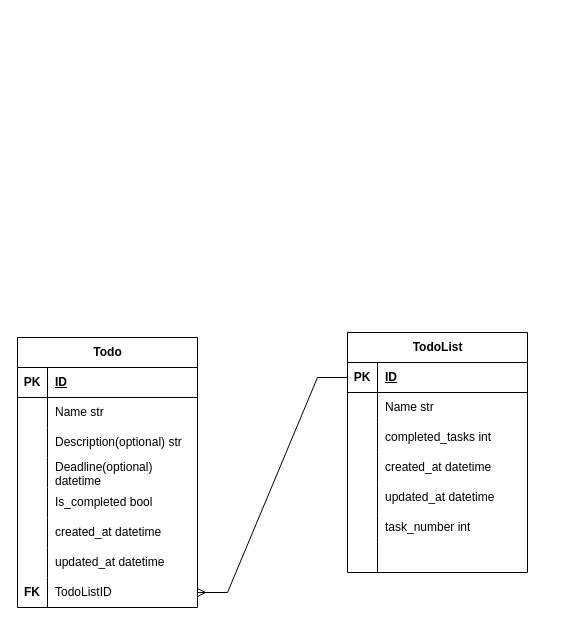
Above: Todo_list_app.drawio in lexynovicecoder/Todo_list_app (draw.io), before the change. Source tidied: cells renumbered, new cells numbered last; positions are measured from the earlier drawing's top-left corner, leaving out a move shared by most shapes. Both pictures are drawn from the tidied source at 100%, with x=0, y=0 at pixel (17, 332).
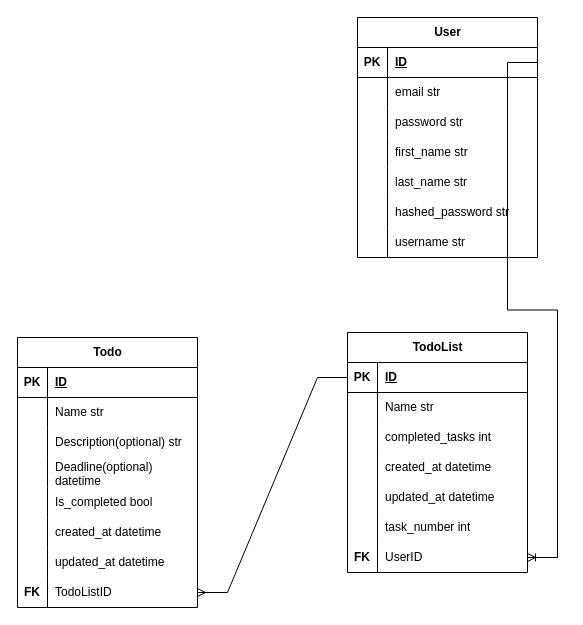
The same page after the edit.

Commit message (it also covers changes not shown here):
separated logic of user authentication into services file and routers in another file

The change refers to these unchanged cells:
```xml
<mxCell id="46" style="shape=tableRow;horizontal=0;startSize=0;swimlaneHead=0;swimlaneBody=0;fillColor=none;points=[[0,0.5],[1,0.5]];portConstraint=eastwest;top=0;left=0;right=0;bottom=0;" parent="27" vertex="1">
  <mxGeometry y="210" width="180" height="30" as="geometry" />
</mxCell>
```

Diff of the diagram source:
```diff
@@
-    <mxCell id="47" style="shape=partialRectangle;fillColor=none;top=0;left=0;bottom=0;right=0;overflow=hidden;whiteSpace=wrap;html=1;" parent="46" vertex="1">
+    <mxCell id="47" value="&lt;b&gt;FK&lt;/b&gt;" style="shape=partialRectangle;fillColor=none;top=0;left=0;bottom=0;right=0;overflow=hidden;whiteSpace=wrap;html=1;" parent="46" vertex="1">
       <mxGeometry width="30" height="30" as="geometry" />
     </mxCell>
-    <mxCell id="48" style="shape=partialRectangle;fillColor=none;top=0;left=0;bottom=0;right=0;align=left;spacingLeft=6;overflow=hidden;whiteSpace=wrap;html=1;" parent="46" vertex="1">
+    <mxCell id="48" value="UserID" style="shape=partialRectangle;fillColor=none;top=0;left=0;bottom=0;right=0;align=left;spacingLeft=6;overflow=hidden;whiteSpace=wrap;html=1;" parent="46" vertex="1">
       <mxGeometry x="30" width="150" height="30" as="geometry" />
     </mxCell>
@@
+    <mxCell id="50" value="User" style="shape=table;startSize=30;childLayout=tableLayout;rowLines=0;fontStyle=1;align=center;html=1;" parent="1" vertex="1">
+      <mxGeometry x="340" y="-315" width="180" height="240" as="geometry" />
+    </mxCell>
+    <mxCell id="51" style="shape=tableRow;horizontal=0;startSize=0;swimlaneHead=0;swimlaneBody=0;fillColor=none;points=[[0,0.5],[1,0.5]];portConstraint=eastwest;top=0;left=0;right=0;bottom=1;" parent="50" vertex="1">
+      <mxGeometry y="30" width="180" height="30" as="geometry" />
+    </mxCell>
+    <mxCell id="52" value="PK" style="shape=partialRectangle;fillColor=none;top=0;left=0;bottom=0;right=0;fontStyle=1;overflow=hidden;whiteSpace=wrap;html=1;" parent="51" vertex="1">
+      <mxGeometry width="30" height="30" as="geometry" />
+    </mxCell>
+    <mxCell id="53" value="ID" style="shape=partialRectangle;fillColor=none;top=0;left=0;bottom=0;right=0;align=left;spacingLeft=6;fontStyle=5;overflow=hidden;whiteSpace=wrap;html=1;" parent="51" vertex="1">
+      <mxGeometry x="30" width="150" height="30" as="geometry" />
+    </mxCell>
+    <mxCell id="54" style="shape=tableRow;horizontal=0;startSize=0;swimlaneHead=0;swimlaneBody=0;fillColor=none;top=0;left=0;right=0;bottom=0;" parent="50" vertex="1">
+      <mxGeometry y="60" width="180" height="30" as="geometry" />
+    </mxCell>
+    <mxCell id="55" style="shape=partialRectangle;fillColor=none;top=0;left=0;bottom=0;right=0;overflow=hidden;whiteSpace=wrap;html=1;" parent="54" vertex="1">
+      <mxGeometry width="30" height="30" as="geometry" />
+    </mxCell>
+    <mxCell id="56" value="email str" style="shape=partialRectangle;fillColor=none;top=0;left=0;bottom=0;right=0;align=left;spacingLeft=6;overflow=hidden;whiteSpace=wrap;html=1;" parent="54" vertex="1">
+      <mxGeometry x="30" width="150" height="30" as="geometry" />
+    </mxCell>
+    <mxCell id="57" style="shape=tableRow;horizontal=0;startSize=0;swimlaneHead=0;swimlaneBody=0;fillColor=none;top=0;left=0;right=0;bottom=0;" parent="50" vertex="1">
+      <mxGeometry y="90" width="180" height="30" as="geometry" />
+    </mxCell>
+    <mxCell id="58" style="shape=partialRectangle;fillColor=none;top=0;left=0;bottom=0;right=0;overflow=hidden;whiteSpace=wrap;html=1;" parent="57" vertex="1">
+      <mxGeometry width="30" height="30" as="geometry" />
+    </mxCell>
+    <mxCell id="59" value="password str" style="shape=partialRectangle;fillColor=none;top=0;left=0;bottom=0;right=0;align=left;spacingLeft=6;overflow=hidden;whiteSpace=wrap;html=1;" parent="57" vertex="1">
+      <mxGeometry x="30" width="150" height="30" as="geometry" />
+    </mxCell>
+    <mxCell id="60" style="shape=tableRow;horizontal=0;startSize=0;swimlaneHead=0;swimlaneBody=0;fillColor=none;top=0;left=0;right=0;bottom=0;" parent="50" vertex="1">
+      <mxGeometry y="120" width="180" height="30" as="geometry" />
+    </mxCell>
+    <mxCell id="61" style="shape=partialRectangle;fillColor=none;top=0;left=0;bottom=0;right=0;overflow=hidden;whiteSpace=wrap;html=1;" parent="60" vertex="1">
+      <mxGeometry width="30" height="30" as="geometry" />
+    </mxCell>
+    <mxCell id="62" value="first_name str" style="shape=partialRectangle;fillColor=none;top=0;left=0;bottom=0;right=0;align=left;spacingLeft=6;overflow=hidden;whiteSpace=wrap;html=1;" parent="60" vertex="1">
+      <mxGeometry x="30" width="150" height="30" as="geometry" />
+    </mxCell>
+    <mxCell id="63" style="shape=tableRow;horizontal=0;startSize=0;swimlaneHead=0;swimlaneBody=0;fillColor=none;top=0;left=0;right=0;bottom=0;" parent="50" vertex="1">
+      <mxGeometry y="150" width="180" height="30" as="geometry" />
+    </mxCell>
+    <mxCell id="64" style="shape=partialRectangle;fillColor=none;top=0;left=0;bottom=0;right=0;overflow=hidden;whiteSpace=wrap;html=1;" parent="63" vertex="1">
+      <mxGeometry width="30" height="30" as="geometry" />
+    </mxCell>
+    <mxCell id="65" value="last_name str" style="shape=partialRectangle;fillColor=none;top=0;left=0;bottom=0;right=0;align=left;spacingLeft=6;overflow=hidden;whiteSpace=wrap;html=1;" parent="63" vertex="1">
+      <mxGeometry x="30" width="150" height="30" as="geometry" />
+    </mxCell>
+    <mxCell id="66" style="shape=tableRow;horizontal=0;startSize=0;swimlaneHead=0;swimlaneBody=0;fillColor=none;top=0;left=0;right=0;bottom=0;" parent="50" vertex="1">
+      <mxGeometry y="180" width="180" height="30" as="geometry" />
+    </mxCell>
+    <mxCell id="67" style="shape=partialRectangle;fillColor=none;top=0;left=0;bottom=0;right=0;overflow=hidden;whiteSpace=wrap;html=1;" parent="66" vertex="1">
+      <mxGeometry width="30" height="30" as="geometry" />
+    </mxCell>
+    <mxCell id="68" value="hashed_password str" style="shape=partialRectangle;fillColor=none;top=0;left=0;bottom=0;right=0;align=left;spacingLeft=6;overflow=hidden;whiteSpace=wrap;html=1;" parent="66" vertex="1">
+      <mxGeometry x="30" width="150" height="30" as="geometry" />
+    </mxCell>
+    <mxCell id="69" style="shape=tableRow;horizontal=0;startSize=0;swimlaneHead=0;swimlaneBody=0;fillColor=none;top=0;left=0;right=0;bottom=0;" parent="50" vertex="1">
+      <mxGeometry y="210" width="180" height="30" as="geometry" />
+    </mxCell>
+    <mxCell id="70" style="shape=partialRectangle;fillColor=none;top=0;left=0;bottom=0;right=0;overflow=hidden;whiteSpace=wrap;html=1;" parent="69" vertex="1">
+      <mxGeometry width="30" height="30" as="geometry" />
+    </mxCell>
+    <mxCell id="71" value="username str" style="shape=partialRectangle;fillColor=none;top=0;left=0;bottom=0;right=0;align=left;spacingLeft=6;overflow=hidden;whiteSpace=wrap;html=1;" parent="69" vertex="1">
+      <mxGeometry x="30" width="150" height="30" as="geometry" />
+    </mxCell>
+    <mxCell id="72" style="edgeStyle=entityRelationEdgeStyle;fontSize=12;html=1;endArrow=ERoneToMany;rounded=0;exitX=1;exitY=0.5;exitDx=0;exitDy=0;entryX=1;entryY=0.5;entryDx=0;entryDy=0;" parent="1" edge="1" source="51" target="46">
+      <mxGeometry relative="1" as="geometry">
+        <Array as="points">
+          <mxPoint x="670" y="-20" />
+          <mxPoint x="660" y="-20" />
+        </Array>
+      </mxGeometry>
+    </mxCell>
```
